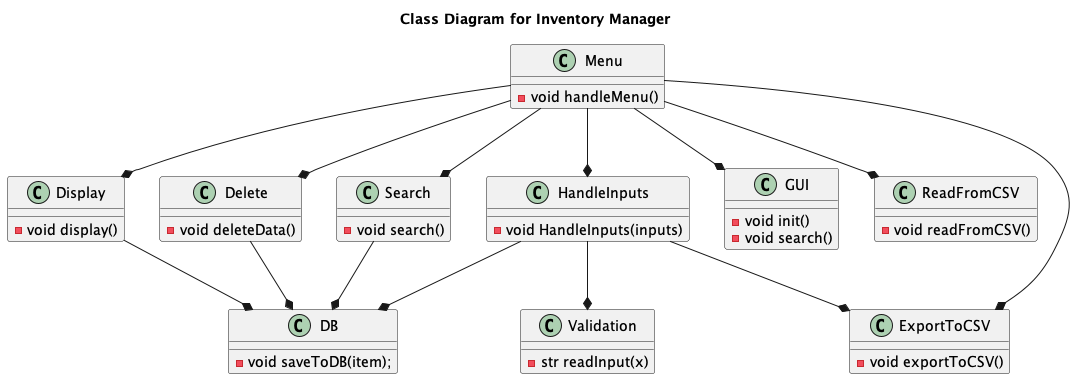
Before: out/Design_for_inventoryManager/Design_for_inventoryManager.png, a diagram exported from PlantUML (sridharsabarish/easyInventory). Source of this version:
```plantuml
@startuml

title Class Diagram for Inventory Manager

class DB {
    - void saveToDB(item);
}

class Validation {
    - str readInput(x)
}

class HandleInputs {
    - void HandleInputs(inputs)
}

class Display {
    - void display()
}

class Delete {
    - void deleteData()
}

class Search {
    - void search()
}

class Menu{
    - void handleMenu()
}

class GUI {
    - void init()
    - void search()
}

class ReadFromCSV
{
    - void readFromCSV()

}

class ExportToCSV
{
    - void exportToCSV()
}

Menu --* GUI
Menu --* Display
Menu --* Search
Menu --* Delete
Menu --* HandleInputs
HandleInputs --* Validation
HandleInputs --* DB
Search --* DB
Delete --* DB
Display --* DB
Menu --* ReadFromCSV
Menu --* ExportToCSV
HandleInputs   --* ExportToCSV

@enduml
```
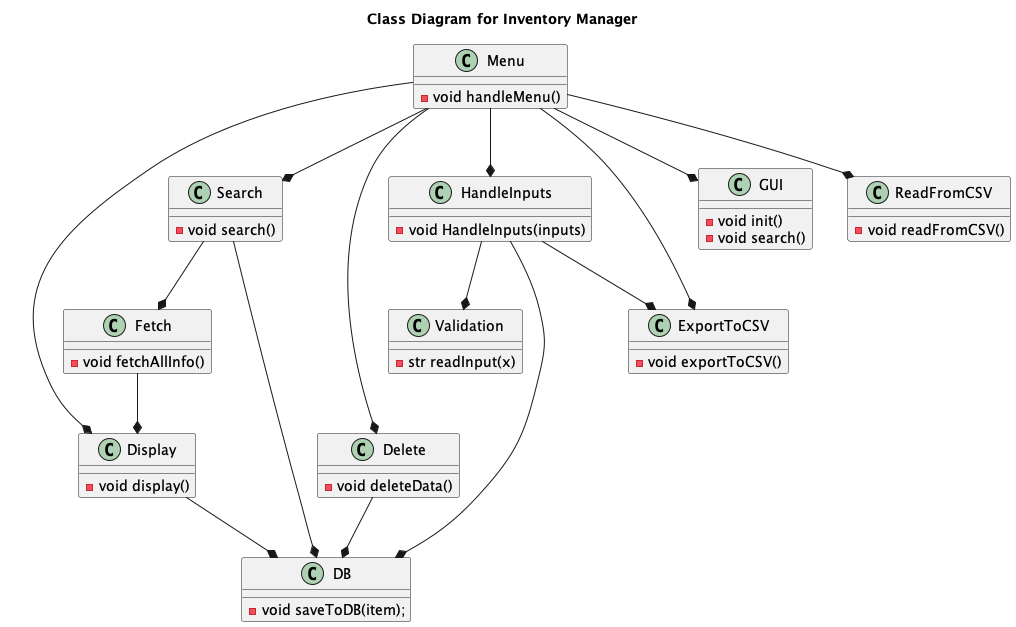
Later version of the same file.

Commit message:
Modified UML to include fetch

Change to the diagram source:
```diff
@@ -35,6 +35,10 @@
     - void search()
 }
 
+class Fetch{
+    - void fetchAllInfo()
+}
+
 class ReadFromCSV
 {
     - void readFromCSV()
@@ -53,6 +57,8 @@
 Menu --* HandleInputs
 HandleInputs --* Validation
 HandleInputs --* DB
+Search --* Fetch
+Fetch --* Display
 Search --* DB
 Delete --* DB
 Display --* DB
```
